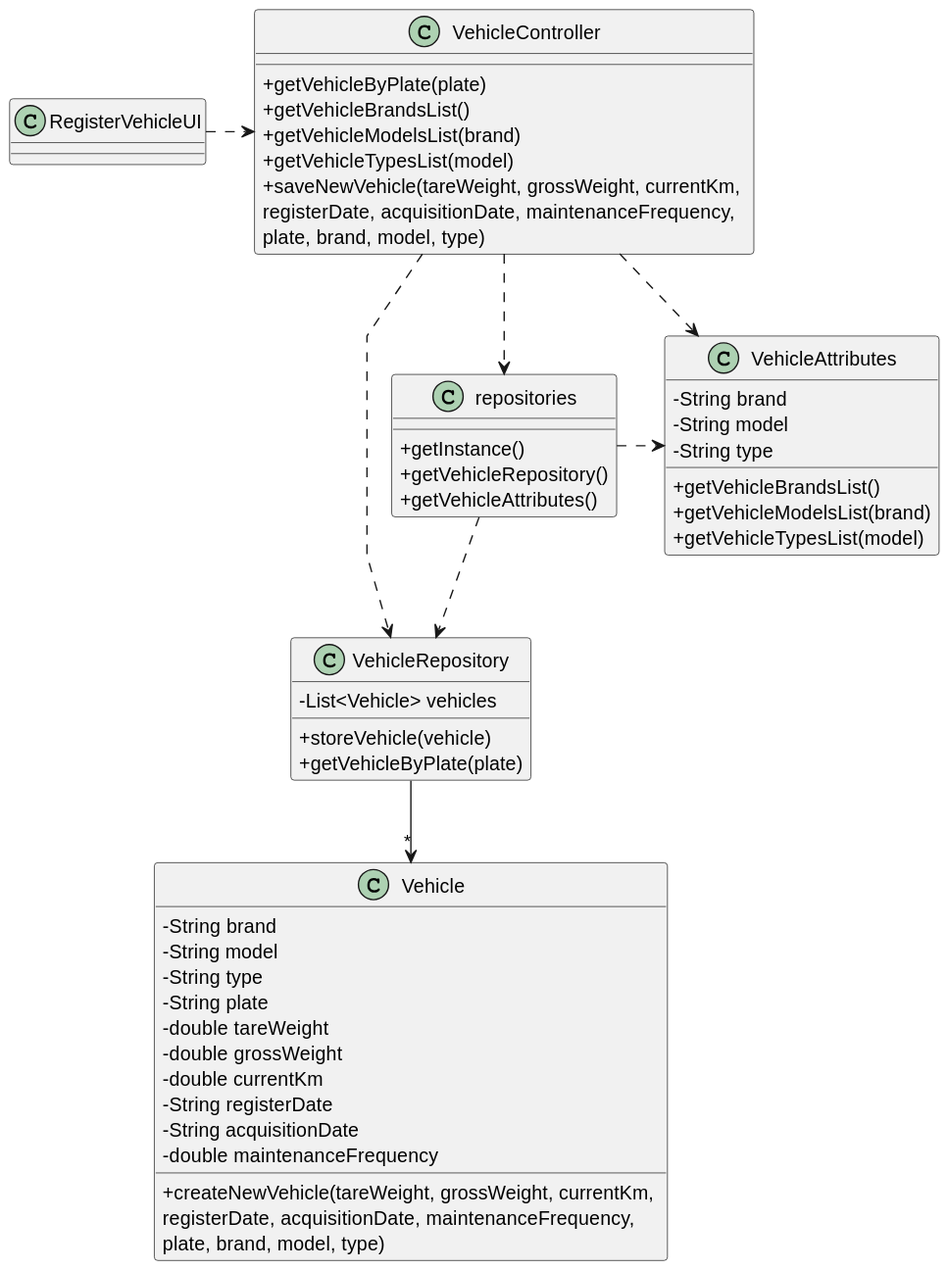
Earlier version of the PlantUML export docs/sprintB/us006/03.design/svg/us006-class-diagram.svg (RicardoMorim/lapr2-ISEP-Project).
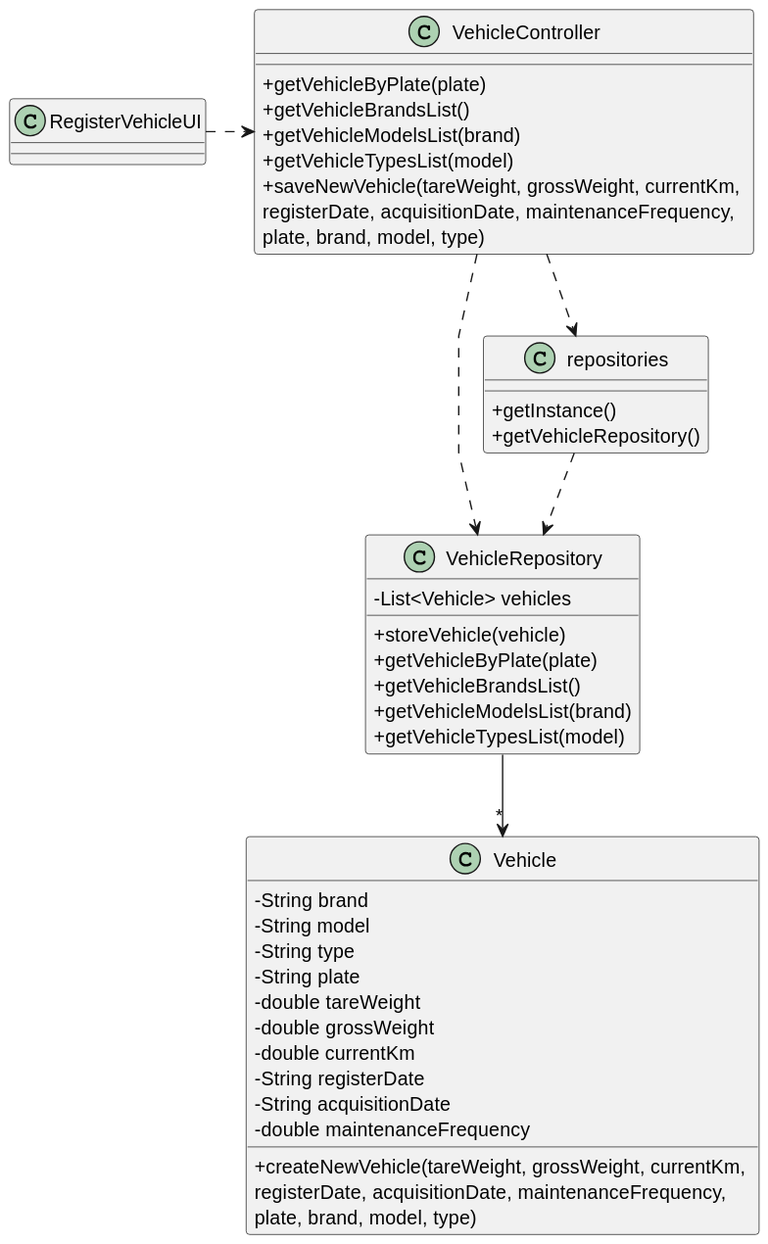
The same diagram one commit later.

The edit, as a diff of the source:
```diff
@@ -18,7 +18,7 @@
 class repositories {
 + getInstance()
 + getVehicleRepository()
-+ getVehicleAttributes()
+
 }
 
 class Vehicle {
@@ -40,24 +40,16 @@
 
     + storeVehicle(vehicle)
     + getVehicleByPlate(plate)
-}
-
-class VehicleAttributes {
-    - String brand
-    - String model
-    - String type
-
     + getVehicleBrandsList()
-    + getVehicleModelsList(brand)
-    + getVehicleTypesList(model)
+        + getVehicleModelsList(brand)
+        + getVehicleTypesList(model)
 }
 
 
 RegisterVehicleUI .> VehicleController
 VehicleController ..> repositories
-VehicleController .> VehicleAttributes
+
 VehicleController .> VehicleRepository
 VehicleRepository --> "*"Vehicle
 repositories ..> VehicleRepository
-repositories .> VehicleAttributes
 @enduml
```
